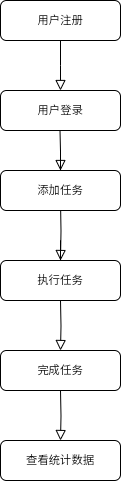
The draw.io diagram user-flow.drawio.png in nanxfu/Practice, before a commit. Source tidied: cells renumbered, new cells last; positions are measured from the earlier drawing's top-left corner, leaving out a move shared by most shapes.
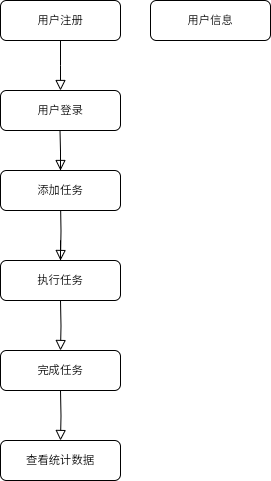
After the change.

The edit, as a diff of the source:
```diff
@@ -58,5 +58,8 @@
     <mxCell id="15" value="查看统计数据" style="rounded=1;whiteSpace=wrap;html=1;fontSize=12;glass=0;strokeWidth=1;shadow=0;" parent="1" vertex="1">
       <mxGeometry y="440" width="120" height="40" as="geometry" />
     </mxCell>
+    <mxCell id="16" value="用户信息" style="rounded=1;whiteSpace=wrap;html=1;fontSize=12;glass=0;strokeWidth=1;shadow=0;" parent="1" vertex="1">
+      <mxGeometry x="150" width="120" height="40" as="geometry" />
+    </mxCell>
   </root>
 </mxGraphModel>
```
